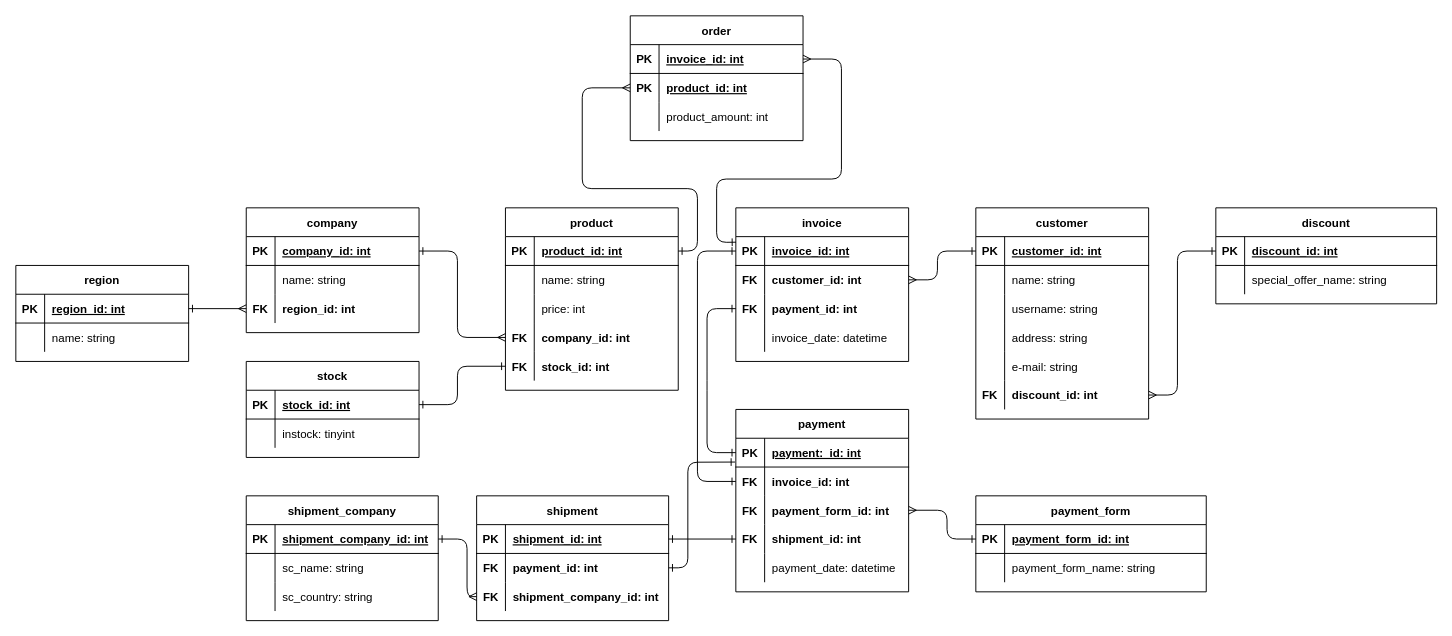
Earlier version of the draw.io diagram Diagrams/Normalized Design.drawio (KateKatze/BE15_CR9_KateK). Source tidied: cells renumbered, new cells numbered last; positions are measured from the earlier drawing's top-left corner, leaving out a move shared by most shapes. Both pictures are drawn from the tidied source at 96%, with x=0, y=0 at pixel (15, 15).
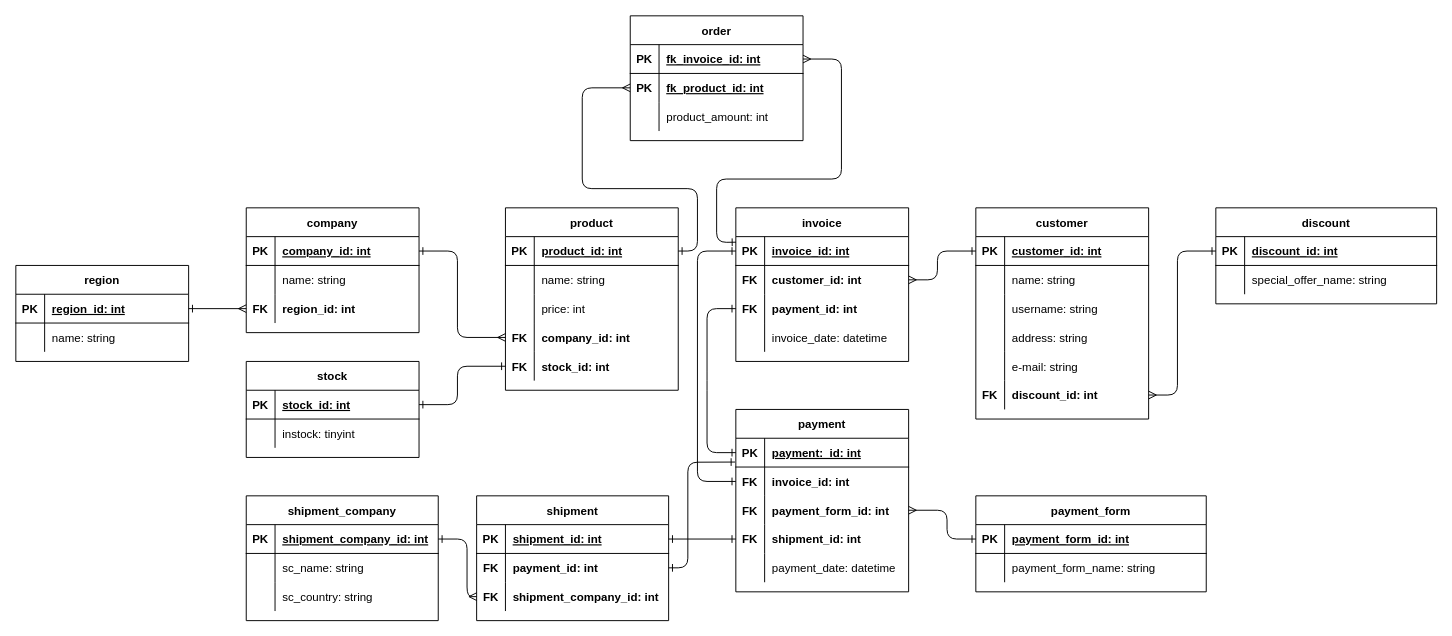
The same diagram, later.

The change refers to these unchanged cells:
```xml
<mxCell id="135" style="shape=partialRectangle;fillColor=none;top=0;left=0;bottom=1;right=0;points=[[0,0.5],[1,0.5]];portConstraint=eastwest;" parent="134" vertex="1">
  <mxGeometry y="30" width="180" height="30" as="geometry" />
</mxCell>
<mxCell id="138" style="shape=partialRectangle;fillColor=none;top=0;left=0;bottom=0;right=0;points=[[0,0.5],[1,0.5]];portConstraint=eastwest;" parent="134" vertex="1">
  <mxGeometry y="60" width="180" height="30" as="geometry" />
</mxCell>
```

What changed in the source:
```diff
@@
-    <mxCell id="137" value="invoice_id: int" style="shape=partialRectangle;fillColor=none;top=0;left=0;bottom=0;right=0;align=left;spacingLeft=6;fontStyle=5;overflow=hidden;" parent="135" vertex="1">
+    <mxCell id="137" value="fk_invoice_id: int" style="shape=partialRectangle;fillColor=none;top=0;left=0;bottom=0;right=0;align=left;spacingLeft=6;fontStyle=5;overflow=hidden;" parent="135" vertex="1">
       <mxGeometry x="30" width="150" height="30" as="geometry" />
     </mxCell>
@@
-    <mxCell id="140" value="product_id: int" style="shape=partialRectangle;fillColor=none;top=0;left=0;bottom=0;right=0;align=left;spacingLeft=6;overflow=hidden;fontStyle=5;" parent="138" vertex="1">
+    <mxCell id="140" value="fk_product_id: int" style="shape=partialRectangle;fillColor=none;top=0;left=0;bottom=0;right=0;align=left;spacingLeft=6;overflow=hidden;fontStyle=5;" parent="138" vertex="1">
       <mxGeometry x="30" width="150" height="30" as="geometry" />
     </mxCell>
```
